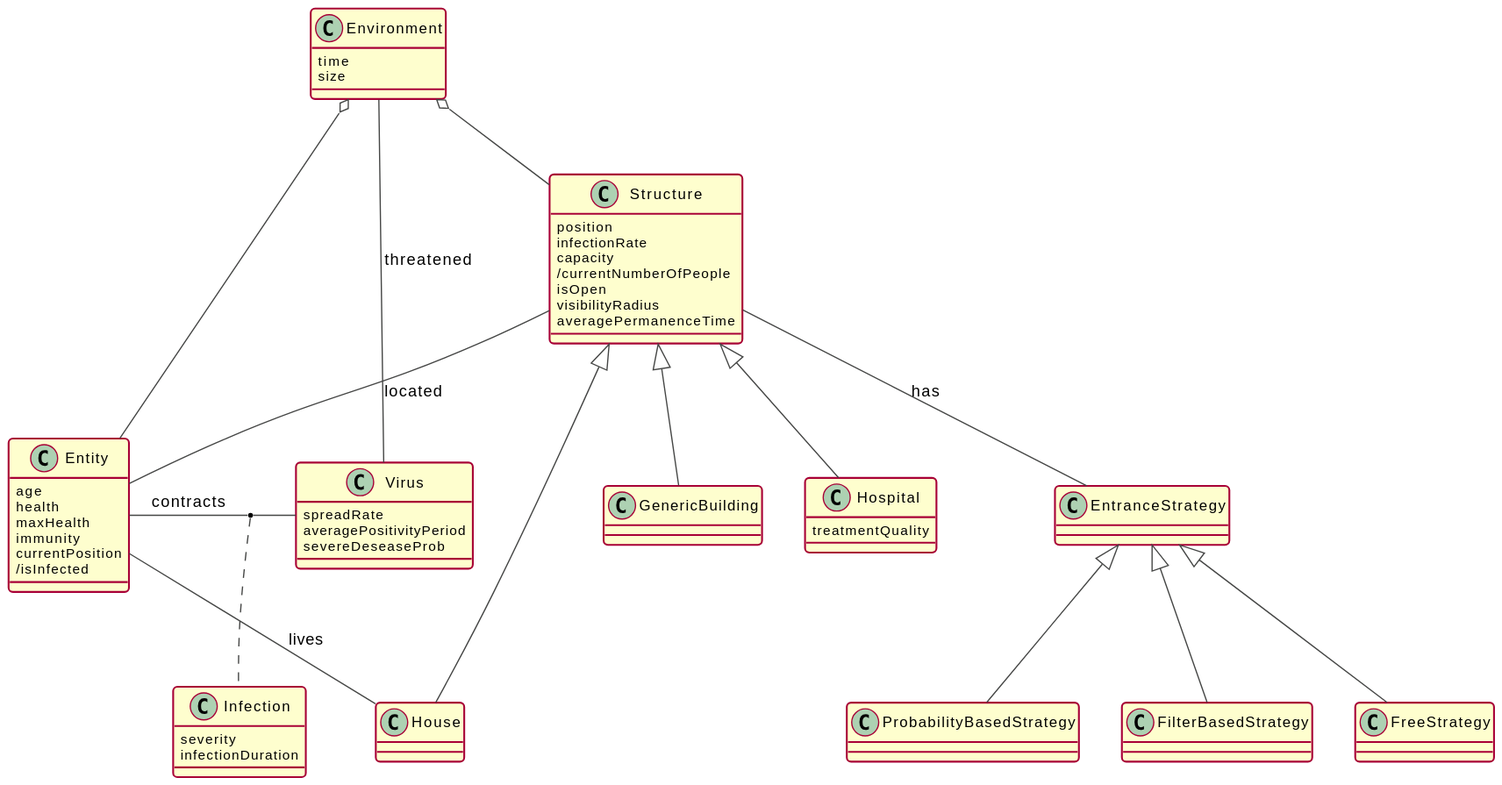
Above: doc/report/imgs/analysis_class.svg in VirusSpreadSimulator/PPS-22-virsim (PlantUML), before the change.
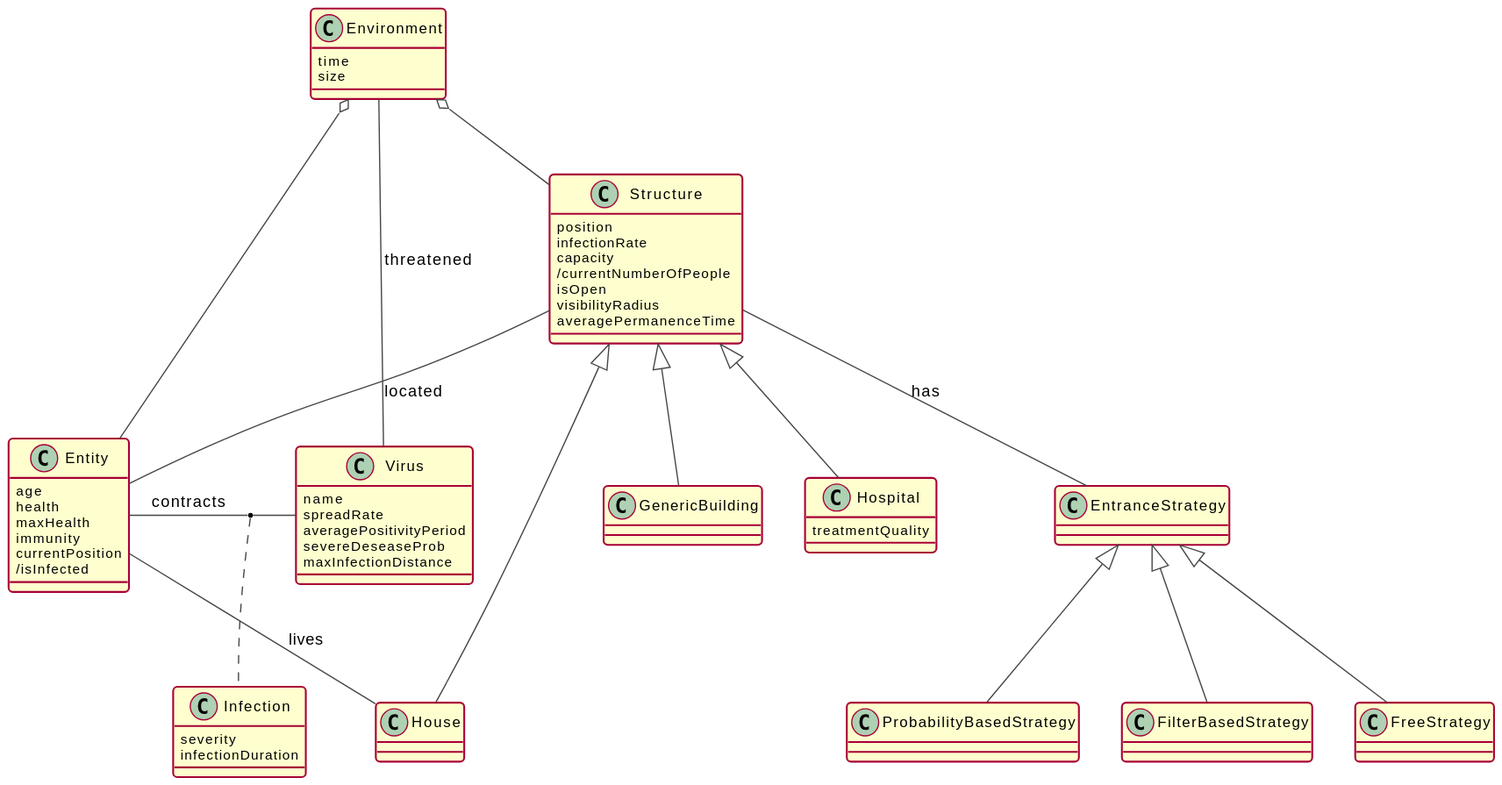
After the change.

Commit message:
docs: add virus name and maxInfectionDistance to diagram

Change to the diagram source:
```diff
@@ -43,9 +43,11 @@
 }
 
 class Virus {
+  name
   spreadRate
   averagePositivityPeriod
   severeDeseaseProb
+  maxInfectionDistance
 }
 
 class Environment {
```
